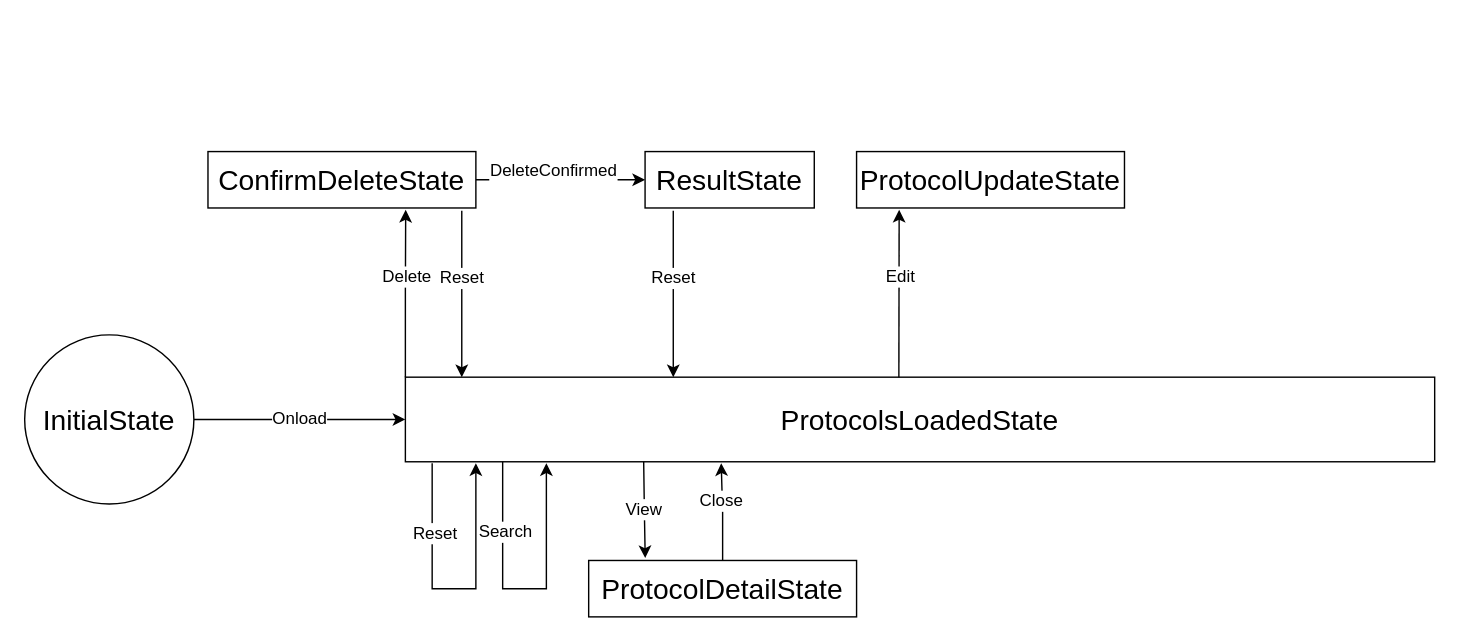
Above: Untitled Diagram.drawio in Tozzigh/aaa (draw.io), before the change. Source tidied: cells renumbered, new cells numbered last; positions are measured from the earlier drawing's top-left corner, leaving out a move shared by most shapes. Both pictures are drawn from the tidied source at 141%, with x=0, y=0 at pixel (24, 151).
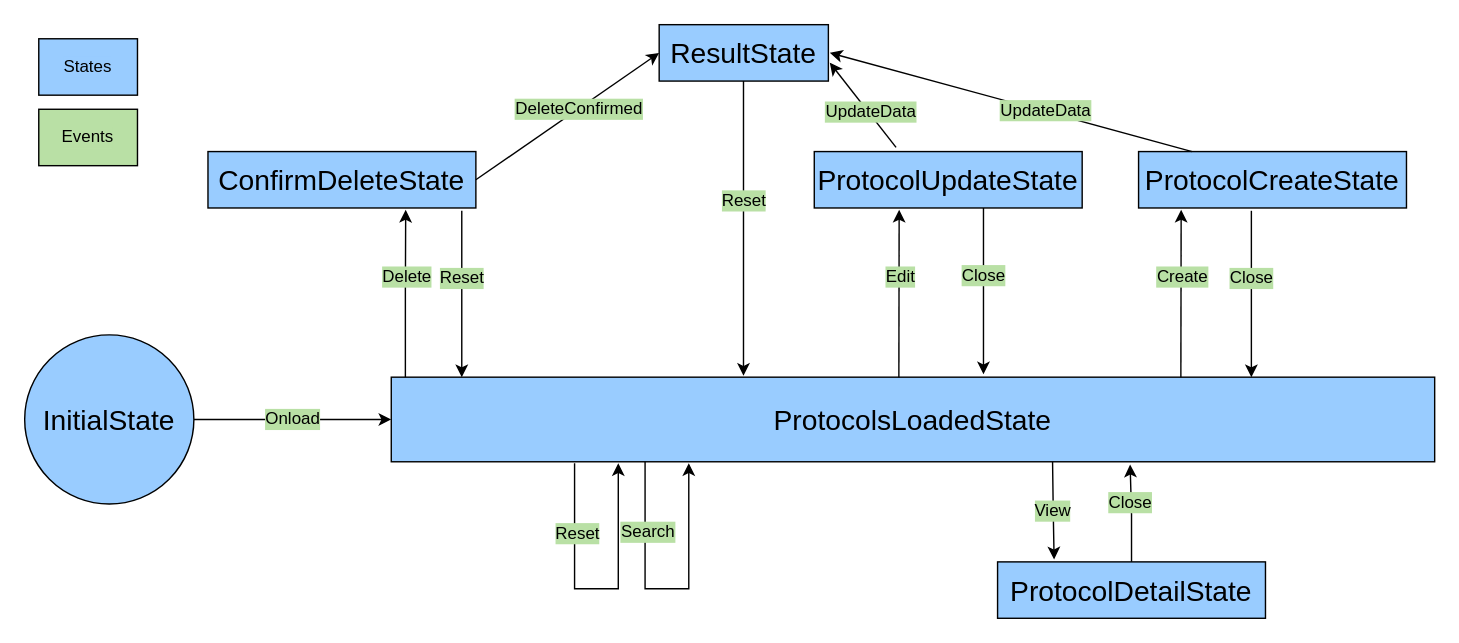
The same page after the edit.

Unchanged cells that the change refers to:
```xml
<mxCell id="21" style="endArrow=classic;html=1;rounded=0;fontSize=20;exitX=0;exitY=0;exitDx=0;exitDy=0;entryX=0.738;entryY=1.033;entryDx=0;entryDy=0;entryPerimeter=0;" parent="1" edge="1">
  <mxGeometry x="0.18" relative="1" as="geometry">
    <mxPoint x="620" y="160" as="sourcePoint" />
    <mxPoint x="620.2" y="41.3" as="targetPoint" />
  </mxGeometry>
</mxCell>
```

The edit, as a diff of the source:
```diff
@@
-<mxGraphModel>
+<mxGraphModel background="#FFFFFF">
@@
-    <mxCell id="2" value="Onload" style="edgeStyle=orthogonalEdgeStyle;rounded=0;jettySize=auto;html=1;fontSize=12;exitX=1;exitY=0.5;exitDx=0;exitDy=0;entryX=0;entryY=0.5;entryDx=0;entryDy=0;" parent="1" edge="1" source="3" target="7">
+    <mxCell id="2" value="Onload" style="edgeStyle=orthogonalEdgeStyle;rounded=0;jettySize=auto;html=1;fontSize=12;exitX=1;exitY=0.5;exitDx=0;exitDy=0;entryX=0;entryY=0.5;entryDx=0;entryDy=0;labelBackgroundColor=#B9E0A5;" parent="1" edge="1" source="3" target="7">
       <mxGeometry relative="1" as="geometry" />
     </mxCell>
-    <mxCell id="3" value="&lt;font style=&quot;font-size: 20px&quot;&gt;InitialState&lt;/font&gt;" style="ellipse;whiteSpace=wrap;html=1;" parent="1" vertex="1">
+    <mxCell id="3" value="&lt;font style=&quot;font-size: 20px&quot;&gt;InitialState&lt;/font&gt;" style="ellipse;whiteSpace=wrap;html=1;fillColor=#99CCFF;" parent="1" vertex="1">
       <mxGeometry y="130" width="120" height="120" as="geometry" />
     </mxCell>
     <mxCell id="4" style="edgeStyle=orthogonalEdgeStyle;rounded=0;orthogonalLoop=1;jettySize=auto;html=1;fontSize=20;strokeColor=default;startFill=1;endFill=1;anchorPointDirection=1;" parent="1" edge="1">
       <mxGeometry relative="1" as="geometry">
-        <mxPoint x="289" y="221" as="sourcePoint" />
-        <mxPoint x="320" y="221" as="targetPoint" />
+        <mxPoint x="390" y="221" as="sourcePoint" />
+        <mxPoint x="421" y="221" as="targetPoint" />
         <Array as="points">
-          <mxPoint x="289" y="310" />
-          <mxPoint x="320" y="310" />
+          <mxPoint x="390" y="310" />
+          <mxPoint x="421" y="310" />
         </Array>
       </mxGeometry>
     </mxCell>
-    <mxCell id="5" value="Reset" style="edgeLabel;html=1;align=center;verticalAlign=middle;fontSize=12;" parent="4" vertex="1">
+    <mxCell id="5" value="Reset" style="edgeLabel;html=1;align=center;verticalAlign=middle;fontSize=12;labelBackgroundColor=#B9E0A5;" parent="4" vertex="1">
       <mxGeometry x="-0.64" y="1" relative="1" as="geometry">
         <mxPoint y="11" as="offset" />
       </mxGeometry>
     </mxCell>
-    <mxCell id="6" value="View" style="edgeStyle=orthogonalEdgeStyle;rounded=0;jettySize=auto;html=1;fontSize=12;entryX=0.211;entryY=-0.043;entryDx=0;entryDy=0;entryPerimeter=0;" parent="1" edge="1" target="17">
+    <mxCell id="6" value="View" style="edgeStyle=orthogonalEdgeStyle;rounded=0;jettySize=auto;html=1;fontSize=12;entryX=0.211;entryY=-0.043;entryDx=0;entryDy=0;entryPerimeter=0;labelBackgroundColor=#B9E0A5;" parent="1" edge="1" target="17">
       <mxGeometry relative="1" as="geometry">
-        <mxPoint x="439" y="219" as="sourcePoint" />
+        <mxPoint x="729" y="220" as="sourcePoint" />
       </mxGeometry>
     </mxCell>
-    <mxCell id="7" value="ProtocolsLoadedState" style="whiteSpace=wrap;html=1;fontSize=20;" parent="1" vertex="1">
-      <mxGeometry x="270" y="160" width="730" height="60" as="geometry" />
+    <mxCell id="7" value="ProtocolsLoadedState" style="whiteSpace=wrap;html=1;fontSize=20;fillColor=#99CCFF;" parent="1" vertex="1">
+      <mxGeometry x="260" y="160" width="740" height="60" as="geometry" />
     </mxCell>
-    <mxCell id="8" value="&lt;font style=&quot;font-size: 12px&quot;&gt;DeleteConfirmed&lt;/font&gt;" style="edgeStyle=orthogonalEdgeStyle;rounded=0;jettySize=auto;html=1;exitX=1;exitY=0.5;exitDx=0;exitDy=0;fontSize=20;entryX=0;entryY=0.5;entryDx=0;entryDy=0;" parent="1" edge="1" source="9" target="14">
-      <mxGeometry x="-0.09" y="10" relative="1" as="geometry" />
-    </mxCell>
-    <mxCell id="9" value="ConfirmDeleteState" style="rounded=0;whiteSpace=wrap;html=1;fontSize=20;" parent="1" vertex="1">
+    <mxCell id="9" value="ConfirmDeleteState" style="rounded=0;whiteSpace=wrap;html=1;fontSize=20;fillColor=#99CCFF;" parent="1" vertex="1">
       <mxGeometry x="130" width="190" height="40" as="geometry" />
     </mxCell>
-    <mxCell id="10" style="endArrow=classic;html=1;rounded=0;fontSize=20;exitX=0;exitY=0;exitDx=0;exitDy=0;entryX=0.738;entryY=1.033;entryDx=0;entryDy=0;entryPerimeter=0;" parent="1" edge="1" source="7" target="9">
+    <mxCell id="10" style="endArrow=classic;html=1;rounded=0;fontSize=20;entryX=0.738;entryY=1.033;entryDx=0;entryDy=0;entryPerimeter=0;labelBackgroundColor=#B9E0A5;" parent="1" edge="1" target="9">
       <mxGeometry x="0.18" relative="1" as="geometry">
+        <mxPoint x="270" y="160" as="sourcePoint" />
         <Array as="points">
           <mxPoint x="270" y="100" />
         </Array>
       </mxGeometry>
     </mxCell>
-    <mxCell id="11" value="Delete" style="edgeLabel;html=1;align=center;verticalAlign=middle;fontSize=12;" parent="10" vertex="1">
+    <mxCell id="11" value="Delete" style="edgeLabel;html=1;align=center;verticalAlign=middle;fontSize=12;labelBackgroundColor=#B9E0A5;" parent="10" vertex="1">
       <mxGeometry x="0.21" relative="1" as="geometry" />
     </mxCell>
     <mxCell id="12" style="edgeStyle=orthogonalEdgeStyle;rounded=0;orthogonalLoop=1;jettySize=auto;html=1;fontSize=20;" parent="1" edge="1">
       <mxGeometry relative="1" as="geometry">
-        <mxPoint x="339" y="220" as="sourcePoint" />
-        <mxPoint x="370" y="221" as="targetPoint" />
+        <mxPoint x="440" y="220" as="sourcePoint" />
+        <mxPoint x="471" y="221" as="targetPoint" />
         <Array as="points">
-          <mxPoint x="339" y="310" />
-          <mxPoint x="370" y="310" />
+          <mxPoint x="440" y="310" />
+          <mxPoint x="471" y="310" />
         </Array>
       </mxGeometry>
     </mxCell>
-    <mxCell id="13" value="Search" style="edgeLabel;html=1;align=center;verticalAlign=middle;fontSize=12;" parent="12" vertex="1">
+    <mxCell id="13" value="Search" style="edgeLabel;html=1;align=center;verticalAlign=middle;fontSize=12;labelBackgroundColor=#B9E0A5;" parent="12" vertex="1">
       <mxGeometry x="-0.64" y="1" relative="1" as="geometry">
         <mxPoint y="11" as="offset" />
       </mxGeometry>
     </mxCell>
-    <mxCell id="14" value="ResultState" style="rounded=0;whiteSpace=wrap;html=1;fontSize=20;" parent="1" vertex="1">
-      <mxGeometry x="440" width="120" height="40" as="geometry" />
+    <mxCell id="14" value="ResultState" style="rounded=0;whiteSpace=wrap;html=1;fontSize=20;fillColor=#99CCFF;" parent="1" vertex="1">
+      <mxGeometry x="450" y="-90" width="120" height="40" as="geometry" />
     </mxCell>
     <mxCell id="15" style="edgeStyle=orthogonalEdgeStyle;rounded=0;jettySize=auto;html=1;exitX=0.5;exitY=0;exitDx=0;exitDy=0;fontSize=12;" parent="1" edge="1" source="17">
       <mxGeometry relative="1" as="geometry">
-        <mxPoint x="494" y="221" as="targetPoint" />
+        <mxPoint x="784" y="222" as="targetPoint" />
       </mxGeometry>
     </mxCell>
-    <mxCell id="16" value="Close" style="edgeLabel;html=1;align=center;verticalAlign=middle;fontSize=12;" parent="15" vertex="1">
+    <mxCell id="16" value="Close" style="edgeLabel;html=1;align=center;verticalAlign=middle;fontSize=12;labelBackgroundColor=#B9E0A5;" parent="15" vertex="1">
       <mxGeometry x="0.24" y="1" relative="1" as="geometry" />
     </mxCell>
-    <mxCell id="17" value="ProtocolDetailState" style="rounded=0;whiteSpace=wrap;html=1;fontSize=20;" parent="1" vertex="1">
-      <mxGeometry x="400" y="290" width="190" height="40" as="geometry" />
+    <mxCell id="17" value="ProtocolDetailState" style="rounded=0;whiteSpace=wrap;html=1;fontSize=20;fillColor=#99CCFF;" parent="1" vertex="1">
+      <mxGeometry x="690" y="291" width="190" height="40" as="geometry" />
     </mxCell>
-    <mxCell id="18" value="ProtocolUpdateState" style="rounded=0;whiteSpace=wrap;html=1;fontSize=20;" parent="1" vertex="1">
-      <mxGeometry x="590" width="190" height="40" as="geometry" />
+    <mxCell id="18" value="ProtocolUpdateState" style="rounded=0;whiteSpace=wrap;html=1;fontSize=20;fillColor=#99CCFF;" parent="1" vertex="1">
+      <mxGeometry x="560" width="190" height="40" as="geometry" />
     </mxCell>
-    <mxCell id="19" value="Reset" style="edgeStyle=orthogonalEdgeStyle;rounded=0;orthogonalLoop=1;jettySize=auto;html=1;exitX=0.25;exitY=1;exitDx=0;exitDy=0;fontSize=12;" parent="1" edge="1">
+    <mxCell id="19" value="Reset" style="edgeStyle=orthogonalEdgeStyle;rounded=0;orthogonalLoop=1;jettySize=auto;html=1;exitX=0.25;exitY=1;exitDx=0;exitDy=0;fontSize=12;labelBackgroundColor=#B9E0A5;" parent="1" edge="1">
       <mxGeometry x="-0.19" relative="1" as="geometry">
         <mxPoint x="310" y="42" as="sourcePoint" />
         <mxPoint x="310" y="160" as="targetPoint" />
         <Array as="points">
           <mxPoint x="310" y="102" />
           <mxPoint x="310" y="102" />
         </Array>
       </mxGeometry>
     </mxCell>
-    <mxCell id="20" value="Reset" style="edgeStyle=orthogonalEdgeStyle;rounded=0;orthogonalLoop=1;jettySize=auto;html=1;exitX=0.25;exitY=1;exitDx=0;exitDy=0;fontSize=12;" parent="1" edge="1">
+    <mxCell id="20" value="Reset" style="edgeStyle=orthogonalEdgeStyle;rounded=0;orthogonalLoop=1;jettySize=auto;html=1;fontSize=12;labelBackgroundColor=#B9E0A5;" parent="1" edge="1">
       <mxGeometry x="-0.19" relative="1" as="geometry">
-        <mxPoint x="460" y="42" as="sourcePoint" />
-        <mxPoint x="460" y="160" as="targetPoint" />
+        <mxPoint x="509.8" y="-50" as="sourcePoint" />
+        <mxPoint x="509.8" y="159" as="targetPoint" />
         <Array as="points">
-          <mxPoint x="460" y="102" />
-          <mxPoint x="460" y="102" />
+          <mxPoint x="509.8" y="101" />
+          <mxPoint x="509.8" y="101" />
         </Array>
       </mxGeometry>
     </mxCell>
@@
-    <mxCell id="22" value="Edit" style="edgeLabel;html=1;align=center;verticalAlign=middle;fontSize=12;" parent="21" vertex="1">
+    <mxCell id="22" value="Edit" style="edgeLabel;html=1;align=center;verticalAlign=middle;fontSize=12;labelBackgroundColor=#B9E0A5;" parent="21" vertex="1">
       <mxGeometry x="0.21" relative="1" as="geometry" />
     </mxCell>
+    <mxCell id="23" value="UpdateData" style="endArrow=classic;html=1;rounded=0;fontSize=12;strokeColor=default;labelBackgroundColor=#B9E0A5;" parent="1" edge="1">
+      <mxGeometry x="-0.19" y="-1" relative="1" as="geometry">
+        <mxPoint x="618" y="-3" as="sourcePoint" />
+        <mxPoint x="571" y="-63" as="targetPoint" />
+      </mxGeometry>
+    </mxCell>
+    <mxCell id="24" style="endArrow=classic;html=1;rounded=0;fontSize=12;strokeColor=default;entryX=0;entryY=0.5;entryDx=0;entryDy=0;labelBackgroundColor=#B9E0A5;" parent="1" edge="1" target="14">
+      <mxGeometry relative="1" as="geometry">
+        <mxPoint x="320" y="20" as="sourcePoint" />
+      </mxGeometry>
+    </mxCell>
+    <mxCell id="8" value="DeleteConfirmed" style="edgeLabel;html=1;align=center;verticalAlign=middle;fontSize=12;labelBackgroundColor=#B9E0A5;" parent="24" vertex="1">
+      <mxGeometry x="0.11" relative="1" as="geometry" />
+    </mxCell>
+    <mxCell id="25" value="Close" style="edgeStyle=orthogonalEdgeStyle;rounded=0;orthogonalLoop=1;jettySize=auto;html=1;exitX=0.25;exitY=1;exitDx=0;exitDy=0;fontSize=12;labelBackgroundColor=#B9E0A5;" parent="1" edge="1">
+      <mxGeometry x="-0.19" relative="1" as="geometry">
+        <mxPoint x="680" y="40" as="sourcePoint" />
+        <mxPoint x="680" y="158" as="targetPoint" />
+        <Array as="points">
+          <mxPoint x="680" y="100" />
+          <mxPoint x="680" y="100" />
+        </Array>
+      </mxGeometry>
+    </mxCell>
+    <mxCell id="26" value="ProtocolCreateState" style="rounded=0;whiteSpace=wrap;html=1;fontSize=20;fillColor=#99CCFF;" parent="1" vertex="1">
+      <mxGeometry x="790" width="190" height="40" as="geometry" />
+    </mxCell>
+    <mxCell id="27" style="endArrow=classic;html=1;rounded=0;fontSize=20;exitX=0;exitY=0;exitDx=0;exitDy=0;entryX=0.738;entryY=1.033;entryDx=0;entryDy=0;entryPerimeter=0;" parent="1" edge="1">
+      <mxGeometry x="0.18" relative="1" as="geometry">
+        <mxPoint x="820" y="160" as="sourcePoint" />
+        <mxPoint x="820.2" y="41.3" as="targetPoint" />
+      </mxGeometry>
+    </mxCell>
+    <mxCell id="28" value="Create" style="edgeLabel;html=1;align=center;verticalAlign=middle;fontSize=12;labelBackgroundColor=#B9E0A5;" parent="27" vertex="1">
+      <mxGeometry x="0.21" relative="1" as="geometry" />
+    </mxCell>
+    <mxCell id="29" value="Close" style="edgeStyle=orthogonalEdgeStyle;rounded=0;orthogonalLoop=1;jettySize=auto;html=1;exitX=0.25;exitY=1;exitDx=0;exitDy=0;fontSize=12;labelBackgroundColor=#B9E0A5;" parent="1" edge="1">
+      <mxGeometry x="-0.19" relative="1" as="geometry">
+        <mxPoint x="870" y="42" as="sourcePoint" />
+        <mxPoint x="870" y="160" as="targetPoint" />
+        <Array as="points">
+          <mxPoint x="870" y="102" />
+          <mxPoint x="870" y="102" />
+        </Array>
+      </mxGeometry>
+    </mxCell>
+    <mxCell id="30" value="UpdateData" style="endArrow=classic;html=1;rounded=0;fontSize=12;strokeColor=default;labelBackgroundColor=#B9E0A5;" parent="1" edge="1">
+      <mxGeometry x="-0.19" y="-1" relative="1" as="geometry">
+        <mxPoint x="828" as="sourcePoint" />
+        <mxPoint x="571" y="-70" as="targetPoint" />
+      </mxGeometry>
+    </mxCell>
+    <mxCell id="31" value="&lt;font&gt;States&lt;/font&gt;" style="rounded=0;whiteSpace=wrap;html=1;labelBackgroundColor=#99CCFF;fontSize=12;fontColor=#000000;fillColor=#99CCFF;" parent="1" vertex="1">
+      <mxGeometry x="10" y="-80" width="70" height="40" as="geometry" />
+    </mxCell>
+    <mxCell id="32" value="Events" style="rounded=0;whiteSpace=wrap;html=1;labelBackgroundColor=#B9E0A5;fontSize=12;fontColor=#000000;fillColor=#B9E0A5;" parent="1" vertex="1">
+      <mxGeometry x="10" y="-30" width="70" height="40" as="geometry" />
+    </mxCell>
```
